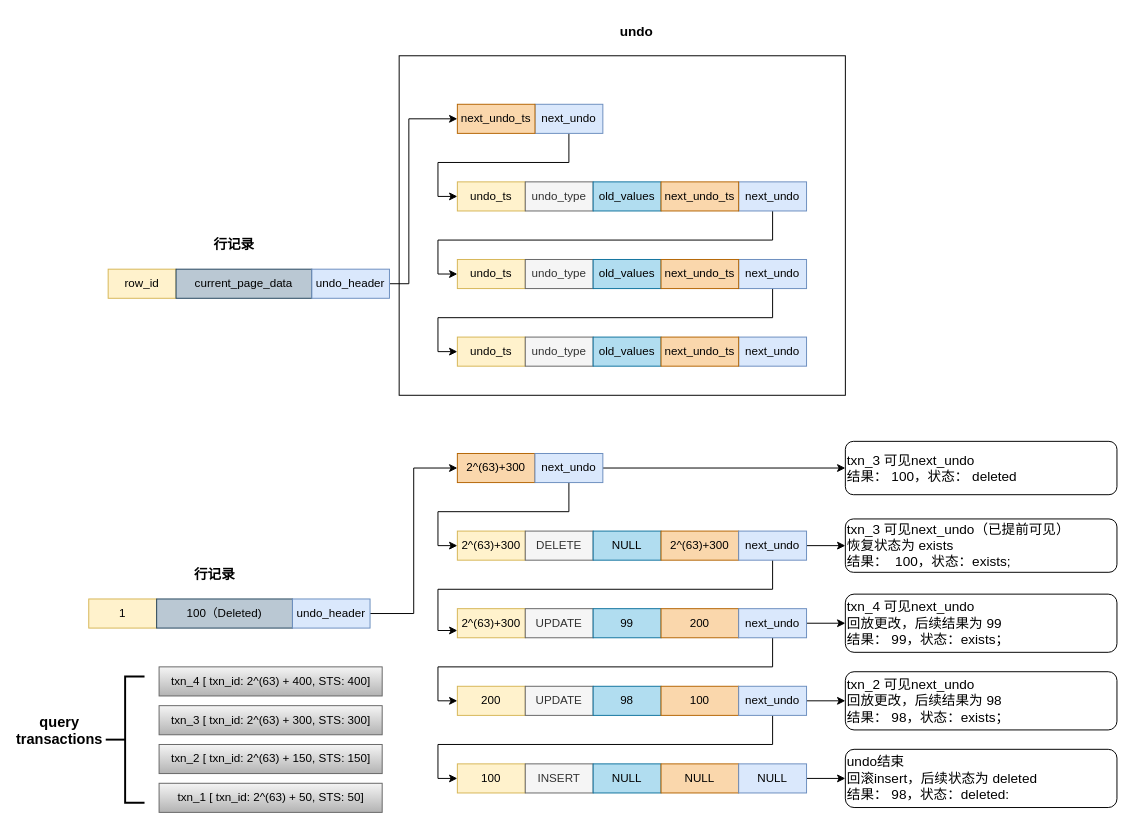
Before: 未命名绘图34.drawio in eeyyee/flowchart, a draw.io diagram. Source tidied: cells renumbered, new cells numbered last; positions are measured from the earlier drawing's top-left corner, leaving out a move shared by most shapes. Both pictures are drawn from the tidied source at 97%, with x=0, y=0 at pixel (30, 16).
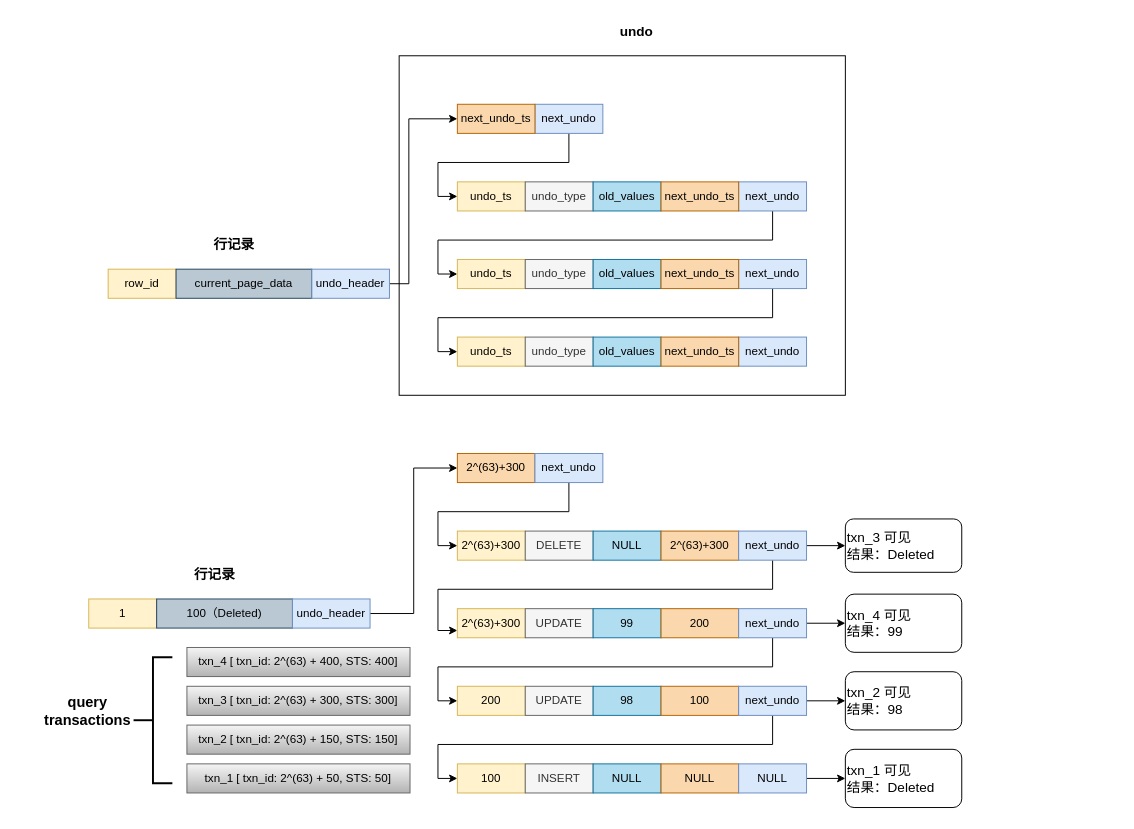
The same page after the edit.

Commit message:
更新未命名绘图34.drawio

Unchanged cells that the change refers to:
```xml
<mxCell id="44" value="next_undo" style="rounded=0;whiteSpace=wrap;html=1;fillColor=#dae8fc;strokeColor=#6c8ebf;" parent="1" vertex="1">
  <mxGeometry x="520" y="450" width="70" height="30" as="geometry" />
</mxCell>
```

What changed in the source:
```diff
@@
-    <mxCell id="43" style="edgeStyle=orthogonalEdgeStyle;rounded=0;jettySize=auto;html=1;entryX=0;entryY=0.5;entryDx=0;entryDy=0;" parent="1" edge="1" source="44" target="71">
-      <mxGeometry relative="1" as="geometry" />
-    </mxCell>
@@
     <mxCell id="65" value="txn_4 [ txn_id: 2^(63) + 400, STS: 400]" style="whiteSpace=wrap;html=1;fillColor=#f5f5f5;gradientColor=#b3b3b3;strokeColor=#666666;" parent="1" vertex="1">
-      <mxGeometry x="132.5" y="670" width="230" height="30" as="geometry" />
+      <mxGeometry x="161.2" y="650" width="230" height="30" as="geometry" />
     </mxCell>
     <mxCell id="66" value="txn_3 [ txn_id: 2^(63) + 300, STS: 300]" style="whiteSpace=wrap;html=1;fillColor=#f5f5f5;gradientColor=#b3b3b3;strokeColor=#666666;" parent="1" vertex="1">
-      <mxGeometry x="132.5" y="710" width="230" height="30" as="geometry" />
+      <mxGeometry x="161.2" y="690" width="230" height="30" as="geometry" />
     </mxCell>
     <mxCell id="67" value="txn_2 [ txn_id: 2^(63) + 150, STS: 150]" style="whiteSpace=wrap;html=1;fillColor=#f5f5f5;gradientColor=#b3b3b3;strokeColor=#666666;" parent="1" vertex="1">
-      <mxGeometry x="132.5" y="750" width="230" height="30" as="geometry" />
+      <mxGeometry x="161.2" y="730" width="230" height="30" as="geometry" />
     </mxCell>
     <mxCell id="68" value="txn_1 [ txn_id: 2^(63) + 50, STS: 50]" style="whiteSpace=wrap;html=1;fillColor=#f5f5f5;gradientColor=#b3b3b3;strokeColor=#666666;" parent="1" vertex="1">
-      <mxGeometry x="132.5" y="790" width="230" height="30" as="geometry" />
+      <mxGeometry x="161.2" y="770" width="230" height="30" as="geometry" />
     </mxCell>
     <mxCell id="69" style="strokeWidth=2;html=1;shape=mxgraph.flowchart.annotation_2;align=left;labelPosition=right;" parent="1" vertex="1">
-      <mxGeometry x="77.5" y="680" width="40" height="130" as="geometry" />
+      <mxGeometry x="106.2" y="660" width="40" height="130" as="geometry" />
     </mxCell>
     <mxCell id="70" value="&lt;font style=&quot;font-size: 15px;&quot;&gt;&lt;b&gt;query transactions&lt;/b&gt;&lt;/font&gt;" style="text;html=1;align=center;verticalAlign=middle;whiteSpace=wrap;rounded=0;" parent="1" vertex="1">
-      <mxGeometry y="720" width="60" height="30" as="geometry" />
+      <mxGeometry x="28.8" y="700" width="60" height="30" as="geometry" />
     </mxCell>
-    <mxCell id="71" value="&lt;font style=&quot;font-size: 14px;&quot;&gt;txn_3 可见&lt;/font&gt;&lt;span style=&quot;font-size: 14px;&quot;&gt;next_undo&lt;/span&gt;&lt;div&gt;&lt;font style=&quot;font-size: 14px;&quot;&gt;结果： 100，状态： deleted&lt;/font&gt;&lt;/div&gt;" style="rounded=1;whiteSpace=wrap;html=1;align=left;" parent="1" vertex="1">
-      <mxGeometry x="840" y="437.5" width="280" height="55" as="geometry" />
-    </mxCell>
-    <mxCell id="72" value="&lt;span style=&quot;font-size: 14px;&quot;&gt;txn_3 可见&lt;/span&gt;&lt;span style=&quot;font-size: 14px;&quot;&gt;next_undo&lt;/span&gt;&lt;span style=&quot;font-size: 14px;&quot;&gt;（已提前可见）&lt;/span&gt;&lt;div&gt;&lt;span style=&quot;font-size: 14px;&quot;&gt;恢复状态为 exists&lt;br&gt;&lt;/span&gt;&lt;div&gt;&lt;span style=&quot;font-size: 14px; background-color: transparent; color: light-dark(rgb(0, 0, 0), rgb(255, 255, 255));&quot;&gt;结果：&lt;/span&gt;&lt;span style=&quot;font-size: 14px; background-color: transparent; color: light-dark(rgb(0, 0, 0), rgb(255, 255, 255));&quot;&gt;&amp;nbsp;&lt;/span&gt;&lt;span style=&quot;font-size: 14px;&quot;&gt;&amp;nbsp;100，状态：exists;&lt;/span&gt;&lt;/div&gt;&lt;/div&gt;" style="rounded=1;whiteSpace=wrap;html=1;align=left;" parent="1" vertex="1">
-      <mxGeometry x="840" y="517.5" width="280" height="55" as="geometry" />
+    <mxCell id="72" value="&lt;span style=&quot;font-size: 14px;&quot;&gt;txn_3 可见&lt;/span&gt;&lt;div&gt;&lt;div&gt;&lt;span style=&quot;font-size: 14px; background-color: transparent; color: light-dark(rgb(0, 0, 0), rgb(255, 255, 255));&quot;&gt;结果：&lt;/span&gt;&lt;span style=&quot;font-size: 14px; background-color: transparent; color: light-dark(rgb(0, 0, 0), rgb(255, 255, 255));&quot;&gt;Deleted&lt;/span&gt;&lt;/div&gt;&lt;/div&gt;" style="rounded=1;whiteSpace=wrap;html=1;align=left;" parent="1" vertex="1">
+      <mxGeometry x="840" y="517.5" width="120" height="55" as="geometry" />
     </mxCell>
-    <mxCell id="73" value="&lt;span style=&quot;font-size: 14px;&quot;&gt;txn_4 &lt;/span&gt;&lt;span style=&quot;font-size: 14px;&quot;&gt;可见next_undo&lt;/span&gt;&lt;div&gt;&lt;span style=&quot;font-size: 14px;&quot;&gt;回放更改，后续结果为 99&lt;/span&gt;&lt;span style=&quot;font-size: 14px;&quot;&gt;&lt;br&gt;&lt;/span&gt;&lt;div&gt;&lt;span style=&quot;background-color: transparent; color: light-dark(rgb(0, 0, 0), rgb(255, 255, 255)); font-size: 14px;&quot;&gt;结果：&lt;/span&gt;&lt;span style=&quot;background-color: transparent; color: light-dark(rgb(0, 0, 0), rgb(255, 255, 255)); font-size: 14px;&quot;&gt;&amp;nbsp;99&lt;/span&gt;&lt;span style=&quot;font-size: 14px; background-color: transparent; color: light-dark(rgb(0, 0, 0), rgb(255, 255, 255));&quot;&gt;，状态：&lt;/span&gt;&lt;span style=&quot;font-size: 14px; background-color: transparent; color: light-dark(rgb(0, 0, 0), rgb(255, 255, 255));&quot;&gt;exists&lt;/span&gt;&lt;span style=&quot;font-size: 14px;&quot;&gt;；&lt;/span&gt;&lt;/div&gt;&lt;/div&gt;" style="rounded=1;whiteSpace=wrap;html=1;align=left;" parent="1" vertex="1">
-      <mxGeometry x="840" y="595" width="280" height="60" as="geometry" />
+    <mxCell id="73" value="&lt;span style=&quot;font-size: 14px;&quot;&gt;txn_4 &lt;/span&gt;&lt;span style=&quot;font-size: 14px;&quot;&gt;可见&lt;/span&gt;&lt;div&gt;&lt;div&gt;&lt;span style=&quot;background-color: transparent; color: light-dark(rgb(0, 0, 0), rgb(255, 255, 255)); font-size: 14px;&quot;&gt;结果：&lt;/span&gt;&lt;span style=&quot;background-color: transparent; color: light-dark(rgb(0, 0, 0), rgb(255, 255, 255)); font-size: 14px;&quot;&gt;99&lt;/span&gt;&lt;/div&gt;&lt;/div&gt;" style="rounded=1;whiteSpace=wrap;html=1;align=left;" parent="1" vertex="1">
+      <mxGeometry x="840" y="595" width="120" height="60" as="geometry" />
     </mxCell>
-    <mxCell id="74" value="&lt;span style=&quot;font-size: 14px;&quot;&gt;txn_2 &lt;/span&gt;&lt;span style=&quot;font-size: 14px;&quot;&gt;可见&lt;/span&gt;&lt;span style=&quot;font-size: 14px;&quot;&gt;next_undo&lt;/span&gt;&lt;div&gt;&lt;span style=&quot;font-size: 14px;&quot;&gt;回放更改，后续结果为 98&lt;/span&gt;&lt;span style=&quot;font-size: 14px;&quot;&gt;&lt;br&gt;&lt;/span&gt;&lt;div&gt;&lt;div&gt;&lt;span style=&quot;background-color: transparent; color: light-dark(rgb(0, 0, 0), rgb(255, 255, 255)); font-size: 14px;&quot;&gt;结果：&lt;/span&gt;&lt;span style=&quot;background-color: transparent; color: light-dark(rgb(0, 0, 0), rgb(255, 255, 255)); font-size: 14px;&quot;&gt;&amp;nbsp;&lt;/span&gt;&lt;span style=&quot;font-size: 14px; background-color: transparent; color: light-dark(rgb(0, 0, 0), rgb(255, 255, 255));&quot;&gt;98，状态：&lt;/span&gt;&lt;span style=&quot;font-size: 14px; background-color: transparent; color: light-dark(rgb(0, 0, 0), rgb(255, 255, 255));&quot;&gt;exists&lt;/span&gt;&lt;span style=&quot;font-size: 14px;&quot;&gt;；&lt;/span&gt;&lt;/div&gt;&lt;/div&gt;&lt;/div&gt;" style="rounded=1;whiteSpace=wrap;html=1;align=left;" parent="1" vertex="1">
-      <mxGeometry x="840" y="675" width="280" height="60" as="geometry" />
+    <mxCell id="74" value="&lt;span style=&quot;font-size: 14px;&quot;&gt;txn_2 &lt;/span&gt;&lt;span style=&quot;font-size: 14px;&quot;&gt;可见&lt;/span&gt;&lt;div&gt;&lt;div&gt;&lt;div&gt;&lt;span style=&quot;background-color: transparent; color: light-dark(rgb(0, 0, 0), rgb(255, 255, 255)); font-size: 14px;&quot;&gt;结果：&lt;/span&gt;&lt;span style=&quot;font-size: 14px; background-color: transparent; color: light-dark(rgb(0, 0, 0), rgb(255, 255, 255));&quot;&gt;98&lt;/span&gt;&lt;/div&gt;&lt;/div&gt;&lt;/div&gt;" style="rounded=1;whiteSpace=wrap;html=1;align=left;" parent="1" vertex="1">
+      <mxGeometry x="840" y="675" width="120" height="60" as="geometry" />
     </mxCell>
-    <mxCell id="75" value="&lt;span style=&quot;font-size: 14px;&quot;&gt;undo结束&lt;/span&gt;&lt;div&gt;&lt;span style=&quot;font-size: 14px;&quot;&gt;回滚insert，后续状态为 deleted&lt;br&gt;&lt;/span&gt;&lt;div&gt;&lt;span style=&quot;background-color: transparent; color: light-dark(rgb(0, 0, 0), rgb(255, 255, 255)); font-size: 14px;&quot;&gt;结果：&lt;/span&gt;&lt;span style=&quot;background-color: transparent; color: light-dark(rgb(0, 0, 0), rgb(255, 255, 255)); font-size: 14px;&quot;&gt;&amp;nbsp;98&lt;/span&gt;&lt;span style=&quot;font-size: 14px; background-color: transparent; color: light-dark(rgb(0, 0, 0), rgb(255, 255, 255));&quot;&gt;，状态：deleted:&lt;/span&gt;&lt;span style=&quot;font-size: 14px;&quot;&gt;&lt;br&gt;&lt;/span&gt;&lt;/div&gt;&lt;/div&gt;" style="rounded=1;whiteSpace=wrap;html=1;align=left;" parent="1" vertex="1">
-      <mxGeometry x="840" y="755" width="280" height="60" as="geometry" />
+    <mxCell id="75" value="&lt;div&gt;&lt;div&gt;&lt;span style=&quot;font-size: 14px;&quot;&gt;txn_1 可见&lt;/span&gt;&lt;div&gt;&lt;span style=&quot;font-size: 14px; background-color: transparent; color: light-dark(rgb(0, 0, 0), rgb(255, 255, 255));&quot;&gt;结果：Deleted&lt;/span&gt;&lt;/div&gt;&lt;/div&gt;&lt;/div&gt;" style="rounded=1;whiteSpace=wrap;html=1;align=left;" parent="1" vertex="1">
+      <mxGeometry x="840" y="755" width="120" height="60" as="geometry" />
     </mxCell>
```
